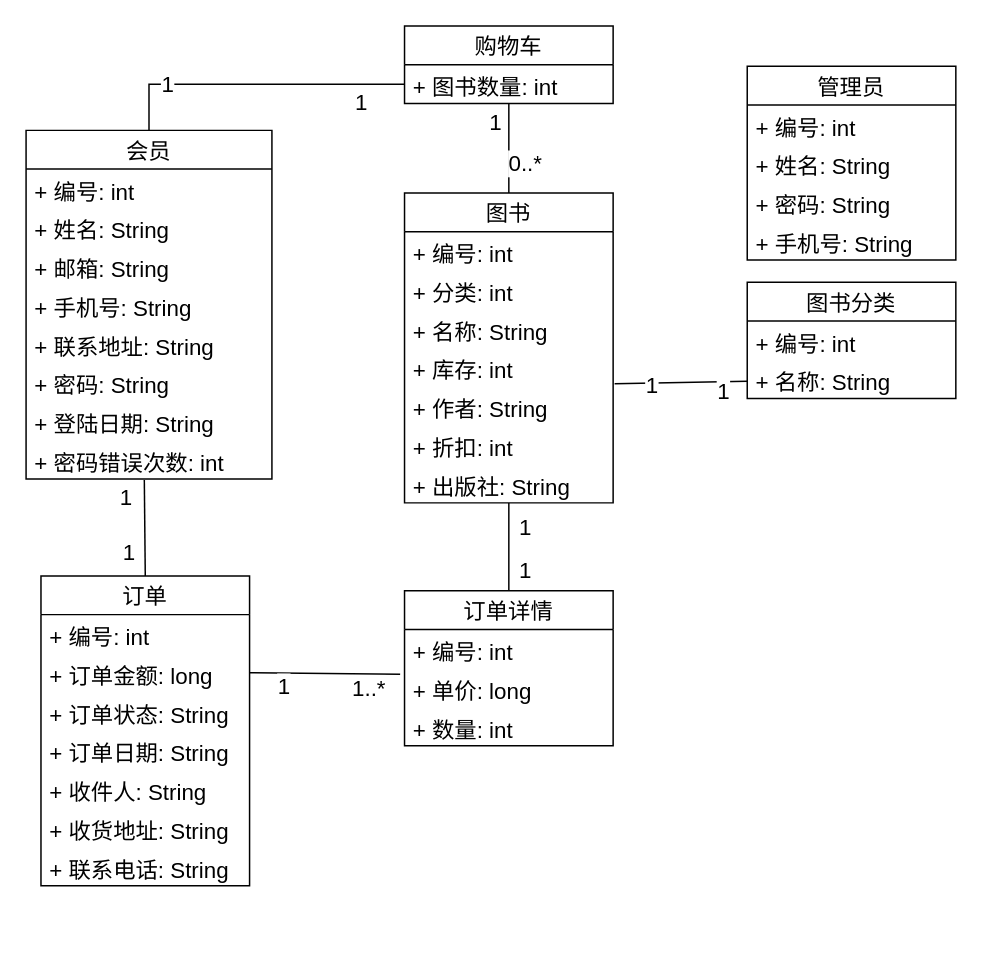
This is 毕业设计-业务概念图.drawio from MinDaHu/UML, a draw.io file, before an edit. Source tidied: cells renumbered, new cells numbered last; positions are measured from the earlier drawing's top-left corner, leaving out a move shared by most shapes. Both pictures are drawn from the tidied source at 149%, with x=0, y=0 at pixel (25, 25).
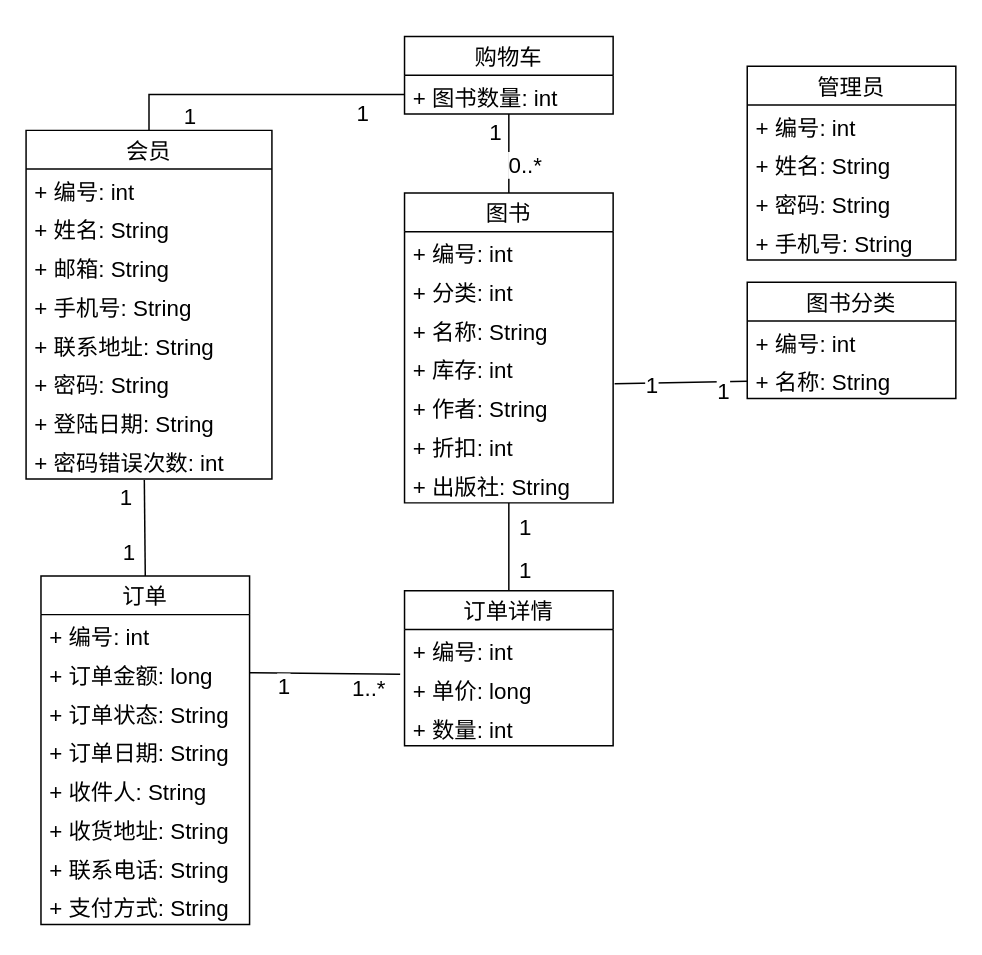
The same page after the edit.

Commit message:
更新毕业设计-业务概念图.drawio

The change refers to these unchanged cells:
```xml
<mxCell id="8" style="rounded=0;jettySize=auto;html=1;endArrow=none;endFill=0;entryX=0;entryY=0.5;entryDx=0;entryDy=0;exitX=0.5;exitY=0;exitDx=0;exitDy=0;edgeStyle=orthogonalEdgeStyle;fontSize=15;" parent="1" edge="1" source="21" target="31">
  <mxGeometry relative="1" as="geometry" />
</mxCell>
```

The edit, as a diff of the source:
```diff
@@
     <mxCell id="9" value="1" style="edgeLabel;html=1;align=center;verticalAlign=middle;fontSize=15;" parent="8" vertex="1">
       <mxGeometry x="-0.82" y="-1" relative="1" as="geometry">
-        <mxPoint x="10.6" y="-13.5" as="offset" />
+        <mxPoint x="25.5" y="7.7" as="offset" />
       </mxGeometry>
     </mxCell>
@@
     <mxCell id="30" value="购物车" style="swimlane;fontStyle=0;horizontal=1;startSize=26;fillColor=none;fontSize=15;" parent="1" vertex="1">
-      <mxGeometry x="254" width="140" height="52" as="geometry" />
+      <mxGeometry x="254" y="7" width="140" height="52" as="geometry" />
     </mxCell>
@@
     <mxCell id="37" value="订单" style="swimlane;fontStyle=0;horizontal=1;startSize=26;fillColor=none;fontSize=15;" parent="1" vertex="1">
-      <mxGeometry x="10" y="369" width="140" height="208" as="geometry" />
+      <mxGeometry x="10" y="369" width="140" height="234" as="geometry" />
     </mxCell>
@@
+    <mxCell id="60" value="+ 联系电话: String" style="text;strokeColor=none;fillColor=none;align=left;verticalAlign=top;spacingLeft=4;spacingRight=4;overflow=hidden;fontSize=15;" parent="37" vertex="1">
+      <mxGeometry y="182" width="140" height="26" as="geometry" />
+    </mxCell>
-    <mxCell id="44" value="+ 联系电话: String" style="text;strokeColor=none;fillColor=none;align=left;verticalAlign=top;spacingLeft=4;spacingRight=4;overflow=hidden;fontSize=15;" parent="37" vertex="1">
-      <mxGeometry y="182" width="140" height="26" as="geometry" />
+    <mxCell id="44" value="+ 支付方式: String" style="text;strokeColor=none;fillColor=none;align=left;verticalAlign=top;spacingLeft=4;spacingRight=4;overflow=hidden;fontSize=15;" parent="37" vertex="1">
+      <mxGeometry y="208" width="140" height="26" as="geometry" />
     </mxCell>
```
